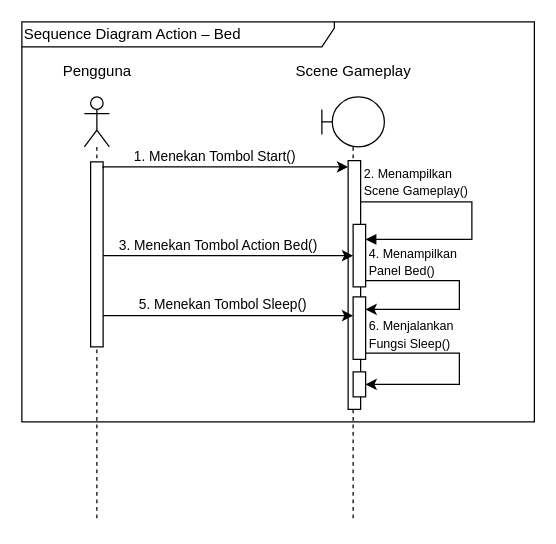
hako-975/UNPAM-File keeps this draw.io diagram as skripsi/skripsi/gambar/BAB III/Sequence Diagram/Sequence Diagram Action – Bed.drawio. Above is the earlier version. Source tidied: cells renumbered, new cells numbered last; positions are measured from the earlier drawing's top-left corner, leaving out a move shared by most shapes. Both pictures are drawn from the tidied source at 125%, with x=0, y=0 at pixel (21, 21).
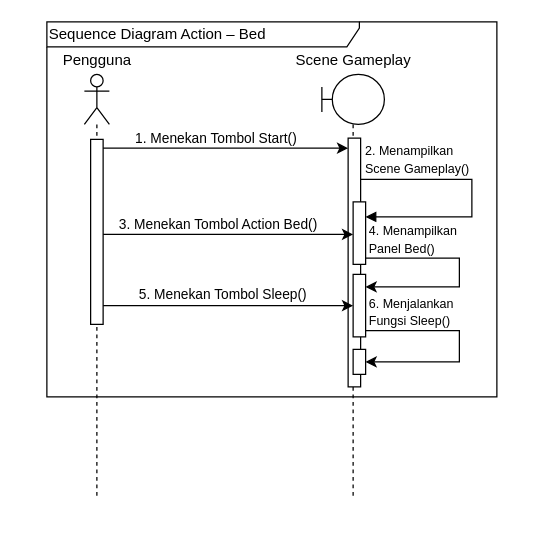
The same diagram, later.

The change refers to these unchanged cells:
```xml
<mxCell id="3" style="html=1;points=[[0,0,0,0,5],[0,1,0,0,-5],[1,0,0,0,5],[1,1,0,0,-5]];perimeter=orthogonalPerimeter;outlineConnect=0;targetShapes=umlLifeline;portConstraint=eastwest;newEdgeStyle={&quot;curved&quot;:0,&quot;rounded&quot;:0};" parent="2" vertex="1">
  <mxGeometry x="5" y="52" width="10" height="148" as="geometry" />
</mxCell>
<mxCell id="7" style="html=1;points=[[0,0,0,0,5],[0,1,0,0,-5],[1,0,0,0,5],[1,1,0,0,-5]];perimeter=orthogonalPerimeter;outlineConnect=0;targetShapes=umlLifeline;portConstraint=eastwest;newEdgeStyle={&quot;curved&quot;:0,&quot;rounded&quot;:0};" parent="6" vertex="1">
  <mxGeometry x="21" y="51" width="10" height="199" as="geometry" />
</mxCell>
<mxCell id="10" style="html=1;points=[[0,0,0,0,5],[0,1,0,0,-5],[1,0,0,0,5],[1,1,0,0,-5]];perimeter=orthogonalPerimeter;outlineConnect=0;targetShapes=umlLifeline;portConstraint=eastwest;newEdgeStyle={&quot;curved&quot;:0,&quot;rounded&quot;:0};" parent="6" vertex="1">
  <mxGeometry x="25" y="102" width="10" height="50" as="geometry" />
</mxCell>
<mxCell id="11" style="html=1;points=[[0,0,0,0,5],[0,1,0,0,-5],[1,0,0,0,5],[1,1,0,0,-5]];perimeter=orthogonalPerimeter;outlineConnect=0;targetShapes=umlLifeline;portConstraint=eastwest;newEdgeStyle={&quot;curved&quot;:0,&quot;rounded&quot;:0};" parent="6" vertex="1">
  <mxGeometry x="25" y="160" width="10" height="50" as="geometry" />
</mxCell>
```

Diff of the diagram source:
```diff
@@
     <mxCell id="2" value="&lt;div&gt;&lt;/div&gt;" style="shape=umlLifeline;perimeter=lifelinePerimeter;whiteSpace=wrap;html=1;newEdgeStyle={&quot;curved&quot;:0,&quot;rounded&quot;:0};participant=umlActor;size=40;" parent="1" vertex="1">
-      <mxGeometry x="50" y="60" width="20" height="340" as="geometry" />
+      <mxGeometry x="50" y="42" width="20" height="340" as="geometry" />
     </mxCell>
@@
     <mxCell id="4" value="&lt;div&gt;Pengguna&lt;/div&gt;" style="text;html=1;align=center;verticalAlign=middle;strokeColor=none;fillColor=none;" parent="1" vertex="1">
-      <mxGeometry x="20" y="25" width="80" height="30" as="geometry" />
+      <mxGeometry x="20" y="16" width="80" height="30" as="geometry" />
     </mxCell>
     <mxCell id="5" value="Sequence Diagram Action – Bed" style="shape=umlFrame;whiteSpace=wrap;html=1;width=250;height=20;align=left;" parent="1" vertex="1">
-      <mxGeometry width="410" height="320" as="geometry" />
+      <mxGeometry x="20" width="360" height="300" as="geometry" />
     </mxCell>
     <mxCell id="6" style="shape=umlLifeline;perimeter=lifelinePerimeter;whiteSpace=wrap;html=1;newEdgeStyle={&quot;curved&quot;:0,&quot;rounded&quot;:0};participant=umlBoundary;" parent="1" vertex="1">
-      <mxGeometry x="240" y="60" width="50" height="339" as="geometry" />
+      <mxGeometry x="240" y="42" width="50" height="339" as="geometry" />
     </mxCell>
@@
     <mxCell id="14" value="&lt;div&gt;Scene Gameplay&lt;/div&gt;" style="text;html=1;align=center;verticalAlign=middle;strokeColor=none;fillColor=none;" parent="1" vertex="1">
-      <mxGeometry x="205" y="25" width="120" height="30" as="geometry" />
+      <mxGeometry x="205" y="16" width="120" height="30" as="geometry" />
     </mxCell>
-    <mxCell id="15" style="edgeStyle=orthogonalEdgeStyle;rounded=0;jettySize=auto;html=1;curved=0;entryX=0;entryY=0;entryDx=0;entryDy=5;entryPerimeter=0;exitX=1;exitY=0;exitDx=0;exitDy=5;exitPerimeter=0;" parent="1" edge="1" source="3" target="7">
+    <mxCell id="15" style="rounded=0;orthogonalLoop=1;jettySize=auto;html=1;exitX=1;exitY=0;exitDx=0;exitDy=5;exitPerimeter=0;" parent="1" edge="1">
       <mxGeometry relative="1" as="geometry">
-        <Array as="points">
-          <mxPoint x="65" y="116" />
-        </Array>
+        <mxPoint x="65" y="101" as="sourcePoint" />
+        <mxPoint x="261" y="101" as="targetPoint" />
       </mxGeometry>
     </mxCell>
@@
     <mxCell id="17" value="&lt;span style=&quot;font-size: 10px;&quot;&gt;2. Menampilkan&amp;nbsp;&lt;/span&gt;&lt;div&gt;&lt;span style=&quot;font-size: 10px;&quot;&gt;Scene&amp;nbsp;&lt;/span&gt;&lt;span style=&quot;font-size: 10px;&quot;&gt;Gameplay()&lt;/span&gt;&lt;/div&gt;" style="edgeLabel;html=1;align=left;verticalAlign=middle;" parent="15" vertex="1">
       <mxGeometry x="-0.33" y="1" relative="1" as="geometry">
-        <mxPoint x="142" y="12" as="offset" />
+        <mxPoint x="142" y="9" as="offset" />
       </mxGeometry>
     </mxCell>
-    <mxCell id="18" style="edgeStyle=orthogonalEdgeStyle;rounded=0;jettySize=auto;html=1;curved=0;" parent="1" edge="1" source="3" target="10">
+    <mxCell id="18" style="edgeStyle=orthogonalEdgeStyle;rounded=0;orthogonalLoop=1;jettySize=auto;html=1;curved=0;" parent="1" edge="1">
       <mxGeometry relative="1" as="geometry">
+        <mxPoint x="65" y="170" as="sourcePoint" />
+        <mxPoint x="265" y="170" as="targetPoint" />
         <Array as="points">
-          <mxPoint x="110" y="187" />
-          <mxPoint x="110" y="187" />
+          <mxPoint x="110" y="170" />
+          <mxPoint x="110" y="170" />
         </Array>
       </mxGeometry>
     </mxCell>
     <mxCell id="19" value="3. Menekan Tombol Action Bed()" style="edgeLabel;html=1;align=left;verticalAlign=middle;" parent="1" vertex="1">
-      <mxGeometry x="76" y="178" as="geometry" />
+      <mxGeometry x="76" y="161" as="geometry" />
     </mxCell>
     <mxCell id="20" value="&lt;span style=&quot;font-size: 10px;&quot;&gt;4. Menampilkan&amp;nbsp;&lt;/span&gt;&lt;div&gt;&lt;span style=&quot;font-size: 10px;&quot;&gt;Panel Bed&lt;/span&gt;&lt;span style=&quot;font-size: 10px;&quot;&gt;()&lt;/span&gt;&lt;/div&gt;" style="edgeLabel;html=1;align=left;verticalAlign=middle;" parent="1" vertex="1">
-      <mxGeometry x="276" y="191" as="geometry" />
+      <mxGeometry x="276" y="173" as="geometry" />
     </mxCell>
-    <mxCell id="21" style="edgeStyle=orthogonalEdgeStyle;rounded=0;jettySize=auto;html=1;curved=0;" parent="1" edge="1" source="3" target="11">
+    <mxCell id="21" style="edgeStyle=orthogonalEdgeStyle;rounded=0;orthogonalLoop=1;jettySize=auto;html=1;curved=0;" parent="1" edge="1">
       <mxGeometry relative="1" as="geometry">
+        <mxPoint x="65" y="227" as="sourcePoint" />
+        <mxPoint x="265" y="227" as="targetPoint" />
         <Array as="points">
-          <mxPoint x="120" y="235" />
-          <mxPoint x="120" y="235" />
+          <mxPoint x="120" y="227" />
+          <mxPoint x="120" y="227" />
         </Array>
       </mxGeometry>
     </mxCell>
     <mxCell id="22" value="5. Menekan Tombol Sleep()" style="edgeLabel;html=1;align=left;verticalAlign=middle;" parent="1" vertex="1">
-      <mxGeometry x="92" y="225" as="geometry" />
+      <mxGeometry x="92" y="217" as="geometry" />
     </mxCell>
     <mxCell id="23" value="&lt;span style=&quot;font-size: 10px;&quot;&gt;6. Menjalankan&amp;nbsp;&lt;/span&gt;&lt;div&gt;&lt;span style=&quot;font-size: 10px;&quot;&gt;Fungsi&amp;nbsp;&lt;/span&gt;&lt;span style=&quot;font-size: 10px;&quot;&gt;Sleep&lt;/span&gt;&lt;span style=&quot;font-size: 10px;&quot;&gt;()&lt;/span&gt;&lt;/div&gt;" style="edgeLabel;html=1;align=left;verticalAlign=middle;" parent="1" vertex="1">
-      <mxGeometry x="276" y="249" as="geometry" />
+      <mxGeometry x="276" y="231" as="geometry" />
     </mxCell>
```
